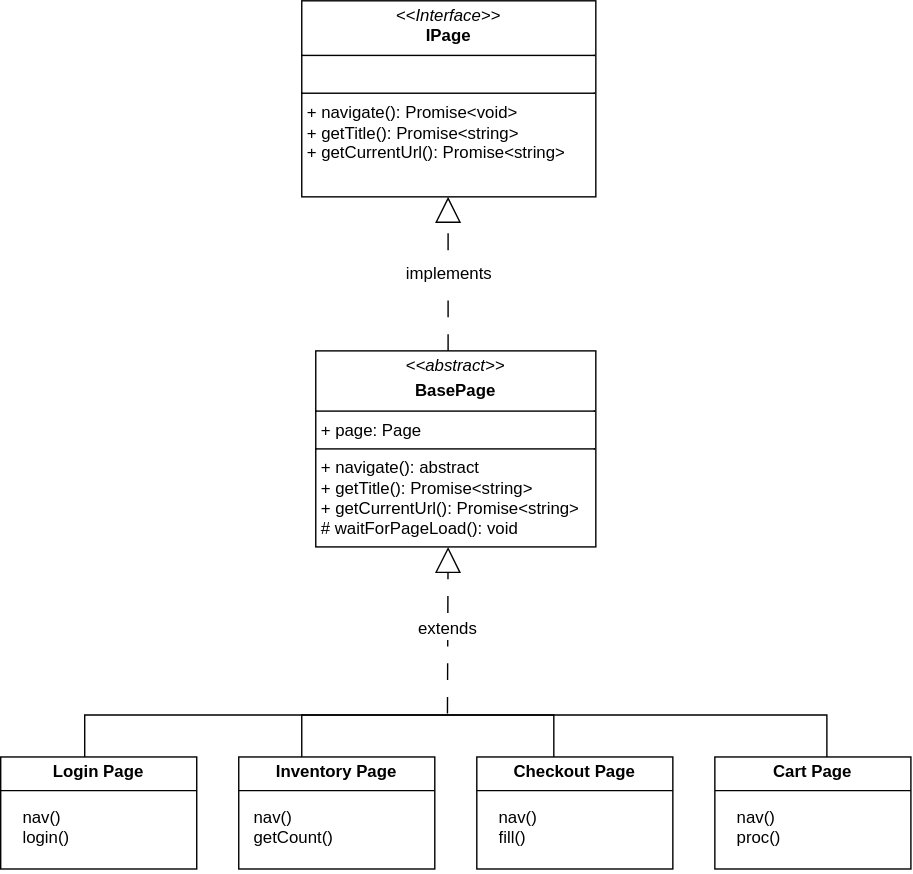
Above: docs/design/diagrams/03-page-object-hierarchy.svg in sashika-hsg/qa-automation-portfolio (draw.io), before the change. Source tidied: cells renumbered, new cells last; positions are measured from the earlier drawing's top-left corner, leaving out a move shared by most shapes. Its diagram source:
```xml
<mxGraphModel>
  <root>
    <mxCell id="0" />
    <mxCell id="1" parent="0" />
    <mxCell id="2" value="&lt;p style=&quot;margin:0px;margin-top:4px;text-align:center;&quot;&gt;&lt;i&gt;&amp;lt;&amp;lt;Interface&amp;gt;&amp;gt;&lt;/i&gt;&lt;br&gt;&lt;b&gt;IPage&lt;/b&gt;&lt;/p&gt;&lt;hr size=&quot;1&quot; style=&quot;border-style:solid;&quot;&gt;&lt;p style=&quot;margin:0px;margin-left:4px;&quot;&gt;&lt;br&gt;&lt;/p&gt;&lt;hr size=&quot;1&quot; style=&quot;border-style:solid;&quot;&gt;&lt;p style=&quot;margin:0px;margin-left:4px;&quot;&gt;+ navigate(): Promise&amp;lt;void&amp;gt;&lt;/p&gt;&lt;p style=&quot;margin:0px;margin-left:4px;&quot;&gt;+ getTitle(): Promise&amp;lt;string&amp;gt;&amp;nbsp;&lt;/p&gt;&lt;p style=&quot;margin:0px;margin-left:4px;&quot;&gt;+ getCurrentUrl(): Promise&amp;lt;string&amp;gt;&lt;/p&gt;" style="verticalAlign=top;align=left;overflow=fill;html=1;whiteSpace=wrap;" parent="1" vertex="1">
      <mxGeometry x="215" width="210" height="140" as="geometry" />
    </mxCell>
    <mxCell id="3" value="&lt;p style=&quot;margin:0px;margin-top:4px;text-align:center;&quot;&gt;&lt;i&gt;&amp;lt;&amp;lt;abstract&amp;gt;&amp;gt;&lt;/i&gt;&lt;br&gt;&lt;/p&gt;&lt;p style=&quot;margin:0px;margin-top:4px;text-align:center;&quot;&gt;&lt;b&gt;BasePage&lt;/b&gt;&lt;/p&gt;&lt;hr size=&quot;1&quot; style=&quot;border-style:solid;&quot;&gt;&lt;p style=&quot;margin:0px;margin-left:4px;&quot;&gt;+ page: Page&lt;/p&gt;&lt;hr size=&quot;1&quot; style=&quot;border-style:solid;&quot;&gt;&lt;p style=&quot;margin:0px;margin-left:4px;&quot;&gt;+ navigate(): abstract&lt;/p&gt;&lt;p style=&quot;margin:0px;margin-left:4px;&quot;&gt;+ getTitle(): Promise&amp;lt;string&amp;gt;&lt;/p&gt;&lt;p style=&quot;margin:0px;margin-left:4px;&quot;&gt;+ getCurrentUrl(): Promise&amp;lt;string&amp;gt;&lt;/p&gt;&lt;p style=&quot;margin:0px;margin-left:4px;&quot;&gt;# waitForPageLoad(): void&amp;nbsp;&amp;nbsp;&lt;/p&gt;" style="verticalAlign=top;align=left;overflow=fill;html=1;whiteSpace=wrap;" parent="1" vertex="1">
      <mxGeometry x="225" y="250" width="200" height="140" as="geometry" />
    </mxCell>
    <mxCell id="4" value="&lt;p style=&quot;margin:0px;margin-top:4px;text-align:center;&quot;&gt;&lt;b&gt;Checkout Page&lt;/b&gt;&lt;/p&gt;" style="verticalAlign=top;align=left;overflow=fill;html=1;whiteSpace=wrap;" parent="1" vertex="1">
      <mxGeometry x="340" y="540" width="140" height="80" as="geometry" />
    </mxCell>
    <mxCell id="5" value="&lt;p style=&quot;margin:0px;margin-top:4px;text-align:center;&quot;&gt;&lt;b&gt;Inventory Page&lt;/b&gt;&lt;/p&gt;" style="verticalAlign=top;align=left;overflow=fill;html=1;whiteSpace=wrap;" parent="1" vertex="1">
      <mxGeometry x="170" y="540" width="140" height="80" as="geometry" />
    </mxCell>
    <mxCell id="6" value="&lt;p style=&quot;margin:0px;margin-top:4px;text-align:center;&quot;&gt;&lt;b&gt;Cart Page&lt;/b&gt;&lt;/p&gt;" style="verticalAlign=top;align=left;overflow=fill;html=1;whiteSpace=wrap;" parent="1" vertex="1">
      <mxGeometry x="510" y="540" width="140" height="80" as="geometry" />
    </mxCell>
    <mxCell id="7" value="&lt;p style=&quot;margin:0px;margin-top:4px;text-align:center;&quot;&gt;&lt;b&gt;Login Page&lt;/b&gt;&lt;/p&gt;" style="verticalAlign=top;align=left;overflow=fill;html=1;whiteSpace=wrap;" parent="1" vertex="1">
      <mxGeometry y="540" width="140" height="80" as="geometry" />
    </mxCell>
    <mxCell id="8" style="line;strokeWidth=1;fillColor=none;align=left;verticalAlign=middle;spacingTop=-1;spacingLeft=3;spacingRight=3;labelPosition=right;strokeColor=inherit;" parent="1" vertex="1">
      <mxGeometry y="560" width="140" height="8" as="geometry" />
    </mxCell>
    <mxCell id="9" style="line;strokeWidth=1;fillColor=none;align=left;verticalAlign=middle;spacingTop=-1;spacingLeft=3;spacingRight=3;labelPosition=right;strokeColor=inherit;" parent="1" vertex="1">
      <mxGeometry x="170" y="560" width="140" height="8" as="geometry" />
    </mxCell>
    <mxCell id="10" style="line;strokeWidth=1;fillColor=none;align=left;verticalAlign=middle;spacingTop=-1;spacingLeft=3;spacingRight=3;labelPosition=right;strokeColor=inherit;" parent="1" vertex="1">
      <mxGeometry x="340" y="560" width="140" height="8" as="geometry" />
    </mxCell>
    <mxCell id="11" style="line;strokeWidth=1;fillColor=none;align=left;verticalAlign=middle;spacingTop=-1;spacingLeft=3;spacingRight=3;labelPosition=right;strokeColor=inherit;" parent="1" vertex="1">
      <mxGeometry x="510" y="560" width="140" height="8" as="geometry" />
    </mxCell>
    <mxCell id="12" value="nav()&lt;div&gt;login()&lt;/div&gt;" style="text;strokeColor=none;fillColor=none;align=left;verticalAlign=top;spacingLeft=4;spacingRight=4;overflow=hidden;whiteSpace=wrap;html=1;" parent="1" vertex="1">
      <mxGeometry x="10" y="570" width="100" height="50" as="geometry" />
    </mxCell>
    <mxCell id="13" value="nav()&lt;div&gt;getCount()&lt;/div&gt;" style="text;strokeColor=none;fillColor=none;align=left;verticalAlign=top;spacingLeft=4;spacingRight=4;overflow=hidden;whiteSpace=wrap;html=1;" parent="1" vertex="1">
      <mxGeometry x="175" y="570" width="100" height="50" as="geometry" />
    </mxCell>
    <mxCell id="14" value="nav()&lt;div&gt;fill()&lt;/div&gt;" style="text;strokeColor=none;fillColor=none;align=left;verticalAlign=top;spacingLeft=4;spacingRight=4;overflow=hidden;whiteSpace=wrap;html=1;" parent="1" vertex="1">
      <mxGeometry x="350" y="570" width="100" height="50" as="geometry" />
    </mxCell>
    <mxCell id="15" value="nav()&lt;div&gt;proc()&lt;/div&gt;" style="text;strokeColor=none;fillColor=none;align=left;verticalAlign=top;spacingLeft=4;spacingRight=4;overflow=hidden;whiteSpace=wrap;html=1;" parent="1" vertex="1">
      <mxGeometry x="520" y="570" width="100" height="50" as="geometry" />
    </mxCell>
    <mxCell id="16" value="extends" style="endArrow=block;endSize=16;endFill=0;html=1;rounded=0;fontSize=12;curved=1;dashed=1;dashPattern=12 12;exitX=-0.033;exitY=0.422;exitDx=0;exitDy=0;exitPerimeter=0;" parent="1" edge="1" source="19">
      <mxGeometry relative="1" as="geometry">
        <mxPoint x="319.5" y="390" as="targetPoint" />
      </mxGeometry>
    </mxCell>
    <mxCell id="17" value="implements" style="endArrow=block;endSize=16;endFill=0;html=1;rounded=0;fontSize=12;curved=1;dashed=1;dashPattern=12 12;" parent="1" edge="1">
      <mxGeometry relative="1" as="geometry">
        <mxPoint x="319.5" y="250" as="sourcePoint" />
        <mxPoint x="319.5" y="140" as="targetPoint" />
      </mxGeometry>
    </mxCell>
    <mxCell id="18" style="strokeWidth=1;html=1;shape=mxgraph.flowchart.annotation_1;align=left;rotation=90;" parent="1" vertex="1">
      <mxGeometry x="310" y="260" width="30" height="530" as="geometry" />
    </mxCell>
    <mxCell id="19" style="strokeWidth=1;html=1;shape=mxgraph.flowchart.annotation_1;align=left;rotation=90;" parent="1" vertex="1">
      <mxGeometry x="290" y="435" width="30" height="180" as="geometry" />
    </mxCell>
  </root>
</mxGraphModel>
```
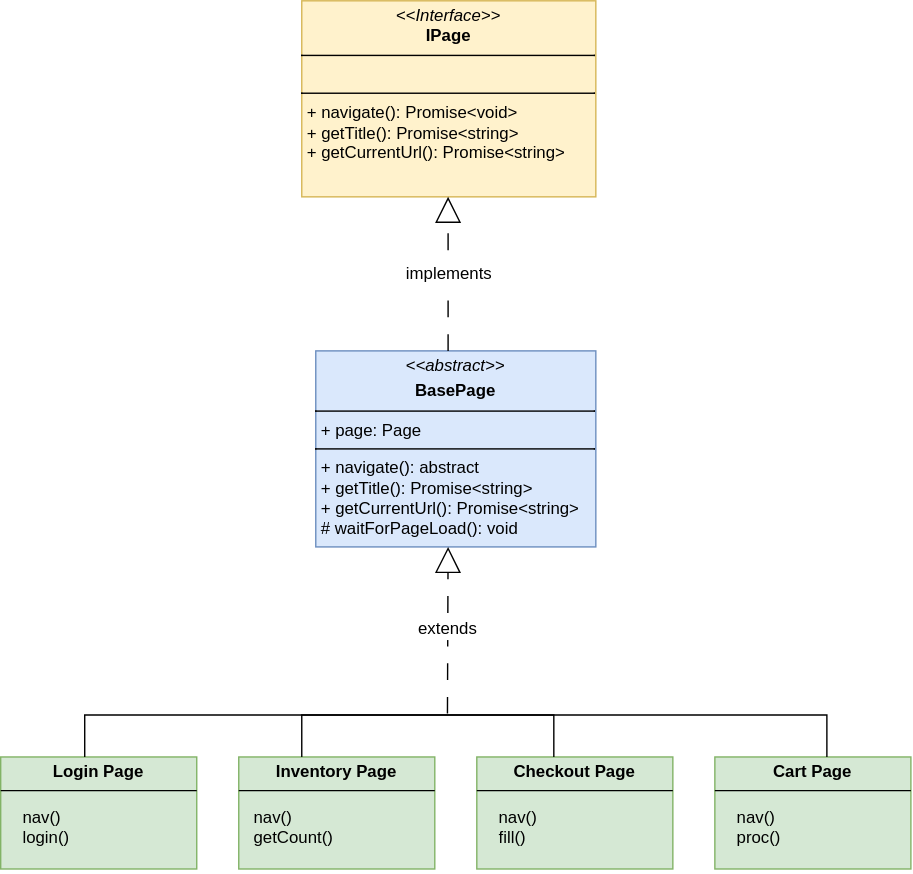
The same file after the commit.

What changed in the source:
```diff
@@ -2,22 +2,22 @@
   <root>
     <mxCell id="0" />
     <mxCell id="1" parent="0" />
-    <mxCell id="2" value="&lt;p style=&quot;margin:0px;margin-top:4px;text-align:center;&quot;&gt;&lt;i&gt;&amp;lt;&amp;lt;Interface&amp;gt;&amp;gt;&lt;/i&gt;&lt;br&gt;&lt;b&gt;IPage&lt;/b&gt;&lt;/p&gt;&lt;hr size=&quot;1&quot; style=&quot;border-style:solid;&quot;&gt;&lt;p style=&quot;margin:0px;margin-left:4px;&quot;&gt;&lt;br&gt;&lt;/p&gt;&lt;hr size=&quot;1&quot; style=&quot;border-style:solid;&quot;&gt;&lt;p style=&quot;margin:0px;margin-left:4px;&quot;&gt;+ navigate(): Promise&amp;lt;void&amp;gt;&lt;/p&gt;&lt;p style=&quot;margin:0px;margin-left:4px;&quot;&gt;+ getTitle(): Promise&amp;lt;string&amp;gt;&amp;nbsp;&lt;/p&gt;&lt;p style=&quot;margin:0px;margin-left:4px;&quot;&gt;+ getCurrentUrl(): Promise&amp;lt;string&amp;gt;&lt;/p&gt;" style="verticalAlign=top;align=left;overflow=fill;html=1;whiteSpace=wrap;" parent="1" vertex="1">
+    <mxCell id="2" value="&lt;p style=&quot;margin:0px;margin-top:4px;text-align:center;&quot;&gt;&lt;i&gt;&amp;lt;&amp;lt;Interface&amp;gt;&amp;gt;&lt;/i&gt;&lt;br&gt;&lt;b&gt;IPage&lt;/b&gt;&lt;/p&gt;&lt;hr size=&quot;1&quot; style=&quot;border-style:solid;&quot;&gt;&lt;p style=&quot;margin:0px;margin-left:4px;&quot;&gt;&lt;br&gt;&lt;/p&gt;&lt;hr size=&quot;1&quot; style=&quot;border-style:solid;&quot;&gt;&lt;p style=&quot;margin:0px;margin-left:4px;&quot;&gt;+ navigate(): Promise&amp;lt;void&amp;gt;&lt;/p&gt;&lt;p style=&quot;margin:0px;margin-left:4px;&quot;&gt;+ getTitle(): Promise&amp;lt;string&amp;gt;&amp;nbsp;&lt;/p&gt;&lt;p style=&quot;margin:0px;margin-left:4px;&quot;&gt;+ getCurrentUrl(): Promise&amp;lt;string&amp;gt;&lt;/p&gt;" style="verticalAlign=top;align=left;overflow=fill;html=1;whiteSpace=wrap;fillColor=#fff2cc;strokeColor=#d6b656;" parent="1" vertex="1">
       <mxGeometry x="215" width="210" height="140" as="geometry" />
     </mxCell>
-    <mxCell id="3" value="&lt;p style=&quot;margin:0px;margin-top:4px;text-align:center;&quot;&gt;&lt;i&gt;&amp;lt;&amp;lt;abstract&amp;gt;&amp;gt;&lt;/i&gt;&lt;br&gt;&lt;/p&gt;&lt;p style=&quot;margin:0px;margin-top:4px;text-align:center;&quot;&gt;&lt;b&gt;BasePage&lt;/b&gt;&lt;/p&gt;&lt;hr size=&quot;1&quot; style=&quot;border-style:solid;&quot;&gt;&lt;p style=&quot;margin:0px;margin-left:4px;&quot;&gt;+ page: Page&lt;/p&gt;&lt;hr size=&quot;1&quot; style=&quot;border-style:solid;&quot;&gt;&lt;p style=&quot;margin:0px;margin-left:4px;&quot;&gt;+ navigate(): abstract&lt;/p&gt;&lt;p style=&quot;margin:0px;margin-left:4px;&quot;&gt;+ getTitle(): Promise&amp;lt;string&amp;gt;&lt;/p&gt;&lt;p style=&quot;margin:0px;margin-left:4px;&quot;&gt;+ getCurrentUrl(): Promise&amp;lt;string&amp;gt;&lt;/p&gt;&lt;p style=&quot;margin:0px;margin-left:4px;&quot;&gt;# waitForPageLoad(): void&amp;nbsp;&amp;nbsp;&lt;/p&gt;" style="verticalAlign=top;align=left;overflow=fill;html=1;whiteSpace=wrap;" parent="1" vertex="1">
+    <mxCell id="3" value="&lt;p style=&quot;margin:0px;margin-top:4px;text-align:center;&quot;&gt;&lt;i&gt;&amp;lt;&amp;lt;abstract&amp;gt;&amp;gt;&lt;/i&gt;&lt;br&gt;&lt;/p&gt;&lt;p style=&quot;margin:0px;margin-top:4px;text-align:center;&quot;&gt;&lt;b&gt;BasePage&lt;/b&gt;&lt;/p&gt;&lt;hr size=&quot;1&quot; style=&quot;border-style:solid;&quot;&gt;&lt;p style=&quot;margin:0px;margin-left:4px;&quot;&gt;+ page: Page&lt;/p&gt;&lt;hr size=&quot;1&quot; style=&quot;border-style:solid;&quot;&gt;&lt;p style=&quot;margin:0px;margin-left:4px;&quot;&gt;+ navigate(): abstract&lt;/p&gt;&lt;p style=&quot;margin:0px;margin-left:4px;&quot;&gt;+ getTitle(): Promise&amp;lt;string&amp;gt;&lt;/p&gt;&lt;p style=&quot;margin:0px;margin-left:4px;&quot;&gt;+ getCurrentUrl(): Promise&amp;lt;string&amp;gt;&lt;/p&gt;&lt;p style=&quot;margin:0px;margin-left:4px;&quot;&gt;# waitForPageLoad(): void&amp;nbsp;&amp;nbsp;&lt;/p&gt;" style="verticalAlign=top;align=left;overflow=fill;html=1;whiteSpace=wrap;fillColor=#dae8fc;strokeColor=#6c8ebf;" parent="1" vertex="1">
       <mxGeometry x="225" y="250" width="200" height="140" as="geometry" />
     </mxCell>
-    <mxCell id="4" value="&lt;p style=&quot;margin:0px;margin-top:4px;text-align:center;&quot;&gt;&lt;b&gt;Checkout Page&lt;/b&gt;&lt;/p&gt;" style="verticalAlign=top;align=left;overflow=fill;html=1;whiteSpace=wrap;" parent="1" vertex="1">
+    <mxCell id="4" value="&lt;p style=&quot;margin:0px;margin-top:4px;text-align:center;&quot;&gt;&lt;b&gt;Checkout Page&lt;/b&gt;&lt;/p&gt;" style="verticalAlign=top;align=left;overflow=fill;html=1;whiteSpace=wrap;fillColor=#d5e8d4;strokeColor=#82b366;" parent="1" vertex="1">
       <mxGeometry x="340" y="540" width="140" height="80" as="geometry" />
     </mxCell>
-    <mxCell id="5" value="&lt;p style=&quot;margin:0px;margin-top:4px;text-align:center;&quot;&gt;&lt;b&gt;Inventory Page&lt;/b&gt;&lt;/p&gt;" style="verticalAlign=top;align=left;overflow=fill;html=1;whiteSpace=wrap;" parent="1" vertex="1">
+    <mxCell id="5" value="&lt;p style=&quot;margin:0px;margin-top:4px;text-align:center;&quot;&gt;&lt;b&gt;Inventory Page&lt;/b&gt;&lt;/p&gt;" style="verticalAlign=top;align=left;overflow=fill;html=1;whiteSpace=wrap;fillColor=#d5e8d4;strokeColor=#82b366;" parent="1" vertex="1">
       <mxGeometry x="170" y="540" width="140" height="80" as="geometry" />
     </mxCell>
-    <mxCell id="6" value="&lt;p style=&quot;margin:0px;margin-top:4px;text-align:center;&quot;&gt;&lt;b&gt;Cart Page&lt;/b&gt;&lt;/p&gt;" style="verticalAlign=top;align=left;overflow=fill;html=1;whiteSpace=wrap;" parent="1" vertex="1">
+    <mxCell id="6" value="&lt;p style=&quot;margin:0px;margin-top:4px;text-align:center;&quot;&gt;&lt;b&gt;Cart Page&lt;/b&gt;&lt;/p&gt;" style="verticalAlign=top;align=left;overflow=fill;html=1;whiteSpace=wrap;fillColor=#d5e8d4;strokeColor=#82b366;" parent="1" vertex="1">
       <mxGeometry x="510" y="540" width="140" height="80" as="geometry" />
     </mxCell>
-    <mxCell id="7" value="&lt;p style=&quot;margin:0px;margin-top:4px;text-align:center;&quot;&gt;&lt;b&gt;Login Page&lt;/b&gt;&lt;/p&gt;" style="verticalAlign=top;align=left;overflow=fill;html=1;whiteSpace=wrap;" parent="1" vertex="1">
+    <mxCell id="7" value="&lt;p style=&quot;margin:0px;margin-top:4px;text-align:center;&quot;&gt;&lt;b&gt;Login Page&lt;/b&gt;&lt;/p&gt;" style="verticalAlign=top;align=left;overflow=fill;html=1;whiteSpace=wrap;fillColor=#d5e8d4;strokeColor=#82b366;" parent="1" vertex="1">
       <mxGeometry y="540" width="140" height="80" as="geometry" />
     </mxCell>
     <mxCell id="8" style="line;strokeWidth=1;fillColor=none;align=left;verticalAlign=middle;spacingTop=-1;spacingLeft=3;spacingRight=3;labelPosition=right;strokeColor=inherit;" parent="1" vertex="1">
```
